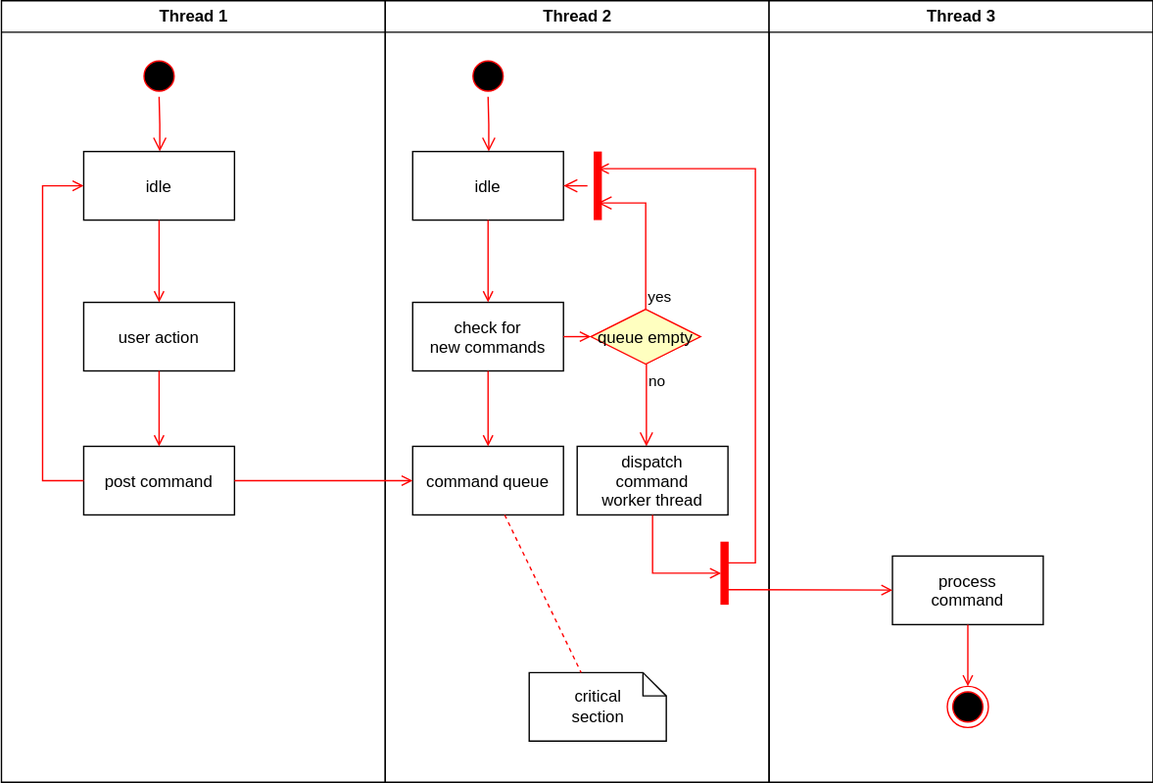
Before: cookie-uml-diagram.svg, a diagram exported from draw.io (yewscion/yewscion). Source tidied: cells renumbered, new cells last; positions are measured from the earlier drawing's top-left corner, leaving out a move shared by most shapes. Source of this version:
```xml
<mxGraphModel>
  <root>
    <mxCell id="0" />
    <mxCell id="1" parent="0" />
    <mxCell id="2" value="Thread 1" style="swimlane;whiteSpace=wrap;" parent="1" vertex="1">
      <mxGeometry x="0.5" width="280" height="570" as="geometry" />
    </mxCell>
    <mxCell id="3" style="ellipse;shape=startState;fillColor=#000000;strokeColor=#ff0000;" parent="2" vertex="1">
      <mxGeometry x="100" y="40" width="30" height="30" as="geometry" />
    </mxCell>
    <mxCell id="4" style="edgeStyle=elbowEdgeStyle;elbow=horizontal;verticalAlign=bottom;endArrow=open;endSize=8;strokeColor=#FF0000;endFill=1;rounded=0;" parent="2" edge="1" source="3" target="5">
      <mxGeometry x="100" y="40" as="geometry" />
    </mxCell>
    <mxCell id="5" value="idle" parent="2" vertex="1">
      <mxGeometry x="60" y="110" width="110" height="50" as="geometry" />
    </mxCell>
    <mxCell id="6" value="user action" parent="2" vertex="1">
      <mxGeometry x="60" y="220" width="110" height="50" as="geometry" />
    </mxCell>
    <mxCell id="7" style="endArrow=open;strokeColor=#FF0000;endFill=1;rounded=0;" parent="2" edge="1" source="5" target="6">
      <mxGeometry relative="1" as="geometry" />
    </mxCell>
    <mxCell id="8" value="post command" parent="2" vertex="1">
      <mxGeometry x="60" y="325" width="110" height="50" as="geometry" />
    </mxCell>
    <mxCell id="9" style="endArrow=open;strokeColor=#FF0000;endFill=1;rounded=0;" parent="2" edge="1" source="6" target="8">
      <mxGeometry relative="1" as="geometry" />
    </mxCell>
    <mxCell id="10" style="edgeStyle=elbowEdgeStyle;elbow=horizontal;strokeColor=#FF0000;endArrow=open;endFill=1;rounded=0;" parent="2" edge="1" source="8" target="5">
      <mxGeometry relative="1" as="geometry">
        <Array as="points">
          <mxPoint x="30" y="250" />
        </Array>
      </mxGeometry>
    </mxCell>
    <mxCell id="11" value="Thread 2" style="swimlane;whiteSpace=wrap;" parent="1" vertex="1">
      <mxGeometry x="280.5" width="280" height="570" as="geometry" />
    </mxCell>
    <mxCell id="12" style="ellipse;shape=startState;fillColor=#000000;strokeColor=#ff0000;" parent="11" vertex="1">
      <mxGeometry x="60" y="40" width="30" height="30" as="geometry" />
    </mxCell>
    <mxCell id="13" style="edgeStyle=elbowEdgeStyle;elbow=horizontal;verticalAlign=bottom;endArrow=open;endSize=8;strokeColor=#FF0000;endFill=1;rounded=0;" parent="11" edge="1" source="12" target="14">
      <mxGeometry x="40" y="20" as="geometry" />
    </mxCell>
    <mxCell id="14" value="idle" parent="11" vertex="1">
      <mxGeometry x="20" y="110" width="110" height="50" as="geometry" />
    </mxCell>
    <mxCell id="15" value="check for &#10;new commands" parent="11" vertex="1">
      <mxGeometry x="20" y="220" width="110" height="50" as="geometry" />
    </mxCell>
    <mxCell id="16" style="endArrow=open;strokeColor=#FF0000;endFill=1;rounded=0;" parent="11" edge="1" source="14" target="15">
      <mxGeometry relative="1" as="geometry" />
    </mxCell>
    <mxCell id="17" value="command queue" parent="11" vertex="1">
      <mxGeometry x="20" y="325" width="110" height="50" as="geometry" />
    </mxCell>
    <mxCell id="18" style="endArrow=open;strokeColor=#FF0000;endFill=1;rounded=0;" parent="11" edge="1" source="15" target="17">
      <mxGeometry relative="1" as="geometry" />
    </mxCell>
    <mxCell id="19" value="queue empty" style="rhombus;fillColor=#ffffc0;strokeColor=#ff0000;" parent="11" vertex="1">
      <mxGeometry x="150" y="225" width="80" height="40" as="geometry" />
    </mxCell>
    <mxCell id="20" value="yes" style="edgeStyle=elbowEdgeStyle;elbow=horizontal;align=left;verticalAlign=bottom;endArrow=open;endSize=8;strokeColor=#FF0000;exitX=0.5;exitY=0;endFill=1;rounded=0;entryX=0.75;entryY=0.5;entryPerimeter=0;" parent="11" edge="1" source="19" target="23">
      <mxGeometry x="-1" relative="1" as="geometry">
        <Array as="points">
          <mxPoint x="190" y="180" />
        </Array>
      </mxGeometry>
    </mxCell>
    <mxCell id="21" value="no" style="edgeStyle=elbowEdgeStyle;elbow=horizontal;align=left;verticalAlign=top;endArrow=open;endSize=8;strokeColor=#FF0000;endFill=1;rounded=0;" parent="11" edge="1" source="19" target="25">
      <mxGeometry x="-1" relative="1" as="geometry" />
    </mxCell>
    <mxCell id="22" style="endArrow=open;strokeColor=#FF0000;endFill=1;rounded=0;" parent="11" edge="1" source="15" target="19">
      <mxGeometry relative="1" as="geometry" />
    </mxCell>
    <mxCell id="23" style="shape=line;strokeWidth=6;strokeColor=#ff0000;rotation=90;" parent="11" vertex="1">
      <mxGeometry x="130" y="127.5" width="50" height="15" as="geometry" />
    </mxCell>
    <mxCell id="24" style="edgeStyle=elbowEdgeStyle;elbow=horizontal;verticalAlign=bottom;endArrow=open;endSize=8;strokeColor=#FF0000;endFill=1;rounded=0;" parent="11" edge="1" source="23" target="14">
      <mxGeometry x="130" y="90" as="geometry" />
    </mxCell>
    <mxCell id="25" value="dispatch&#10;command&#10;worker thread" parent="11" vertex="1">
      <mxGeometry x="140" y="325" width="110" height="50" as="geometry" />
    </mxCell>
    <mxCell id="26" value="critical&#10;section" style="shape=note;whiteSpace=wrap;size=17;" parent="11" vertex="1">
      <mxGeometry x="105" y="490" width="100" height="50" as="geometry" />
    </mxCell>
    <mxCell id="27" style="endArrow=none;strokeColor=#FF0000;endFill=0;rounded=0;dashed=1;" parent="11" edge="1" source="17" target="26">
      <mxGeometry relative="1" as="geometry" />
    </mxCell>
    <mxCell id="28" style="whiteSpace=wrap;strokeColor=#FF0000;fillColor=#FF0000;" parent="11" vertex="1">
      <mxGeometry x="245" y="395" width="5" height="45" as="geometry" />
    </mxCell>
    <mxCell id="29" style="edgeStyle=elbowEdgeStyle;elbow=horizontal;entryX=0;entryY=0.5;strokeColor=#FF0000;endArrow=open;endFill=1;rounded=0;" parent="11" edge="1" source="25" target="28">
      <mxGeometry relative="1" as="geometry">
        <Array as="points">
          <mxPoint x="195" y="400" />
        </Array>
      </mxGeometry>
    </mxCell>
    <mxCell id="30" value="Thread 3" style="swimlane;whiteSpace=wrap;" parent="1" vertex="1">
      <mxGeometry x="560.5" width="280" height="570" as="geometry" />
    </mxCell>
    <mxCell id="31" value="process&#10;command" parent="30" vertex="1">
      <mxGeometry x="90" y="405" width="110" height="50" as="geometry" />
    </mxCell>
    <mxCell id="32" style="edgeStyle=elbowEdgeStyle;elbow=horizontal;strokeColor=#FF0000;endArrow=open;endFill=1;rounded=0;entryX=0.25;entryY=0.5;entryPerimeter=0;" parent="30" edge="1" target="23">
      <mxGeometry relative="1" as="geometry">
        <mxPoint x="-30" y="410" as="sourcePoint" />
        <Array as="points">
          <mxPoint x="-10" y="135" />
        </Array>
      </mxGeometry>
    </mxCell>
    <mxCell id="33" style="edgeStyle=none;strokeColor=#FF0000;endArrow=open;endFill=1;rounded=0;" parent="30" edge="1" target="31">
      <mxGeometry relative="1" as="geometry">
        <mxPoint x="-30" y="429.5" as="sourcePoint" />
      </mxGeometry>
    </mxCell>
    <mxCell id="34" style="ellipse;shape=endState;fillColor=#000000;strokeColor=#ff0000;" parent="30" vertex="1">
      <mxGeometry x="130" y="500" width="30" height="30" as="geometry" />
    </mxCell>
    <mxCell id="35" style="endArrow=open;strokeColor=#FF0000;endFill=1;rounded=0;" parent="30" edge="1" source="31" target="34">
      <mxGeometry relative="1" as="geometry" />
    </mxCell>
    <mxCell id="36" style="endArrow=open;strokeColor=#FF0000;endFill=1;rounded=0;" parent="1" edge="1" source="8" target="17">
      <mxGeometry relative="1" as="geometry" />
    </mxCell>
  </root>
</mxGraphModel>
```
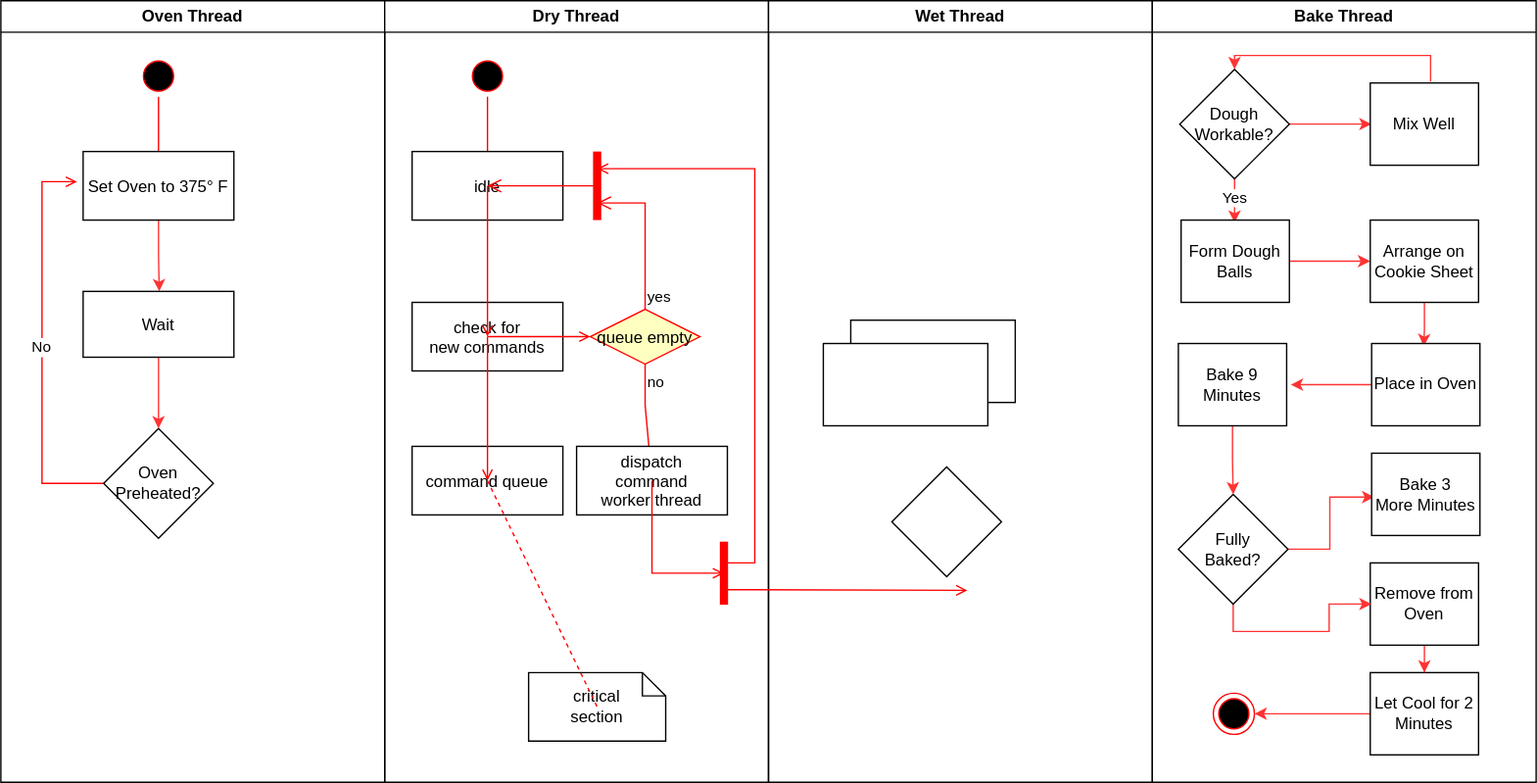
Above is the later version.

What changed in the source:
```diff
@@ -2,7 +2,7 @@
   <root>
     <mxCell id="0" />
     <mxCell id="1" parent="0" />
-    <mxCell id="2" value="Thread 1" style="swimlane;whiteSpace=wrap;" parent="1" vertex="1">
+    <mxCell id="2" value="Oven Thread" style="swimlane;whiteSpace=wrap;" parent="1" vertex="1">
       <mxGeometry x="0.5" width="280" height="570" as="geometry" />
     </mxCell>
     <mxCell id="3" style="ellipse;shape=startState;fillColor=#000000;strokeColor=#ff0000;" parent="2" vertex="1">
@@ -11,29 +11,30 @@
     <mxCell id="4" style="edgeStyle=elbowEdgeStyle;elbow=horizontal;verticalAlign=bottom;endArrow=open;endSize=8;strokeColor=#FF0000;endFill=1;rounded=0;" parent="2" edge="1" source="3" target="5">
       <mxGeometry x="100" y="40" as="geometry" />
     </mxCell>
+    <mxCell id="37" style="edgeStyle=orthogonalEdgeStyle;rounded=0;jettySize=auto;html=1;strokeColor=#FF3333;entryX=0.505;entryY=0;entryDx=0;entryDy=0;entryPerimeter=0;" parent="2" edge="1" source="5" target="40">
+      <mxGeometry relative="1" as="geometry" />
+    </mxCell>
-    <mxCell id="5" value="idle" parent="2" vertex="1">
+    <mxCell id="5" value="Set Oven to 375° F" parent="2" vertex="1">
       <mxGeometry x="60" y="110" width="110" height="50" as="geometry" />
     </mxCell>
-    <mxCell id="6" value="user action" parent="2" vertex="1">
-      <mxGeometry x="60" y="220" width="110" height="50" as="geometry" />
-    </mxCell>
-    <mxCell id="7" style="endArrow=open;strokeColor=#FF0000;endFill=1;rounded=0;" parent="2" edge="1" source="5" target="6">
-      <mxGeometry relative="1" as="geometry" />
-    </mxCell>
-    <mxCell id="8" value="post command" parent="2" vertex="1">
-      <mxGeometry x="60" y="325" width="110" height="50" as="geometry" />
-    </mxCell>
-    <mxCell id="9" style="endArrow=open;strokeColor=#FF0000;endFill=1;rounded=0;" parent="2" edge="1" source="6" target="8">
-      <mxGeometry relative="1" as="geometry" />
-    </mxCell>
-    <mxCell id="10" style="edgeStyle=elbowEdgeStyle;elbow=horizontal;strokeColor=#FF0000;endArrow=open;endFill=1;rounded=0;" parent="2" edge="1" source="8" target="5">
+    <mxCell id="10" value="No" style="edgeStyle=elbowEdgeStyle;elbow=horizontal;strokeColor=#FF0000;endArrow=open;endFill=1;rounded=0;exitX=0;exitY=0.5;exitDx=0;exitDy=0;" parent="2" edge="1" source="38">
       <mxGeometry relative="1" as="geometry">
+        <mxPoint x="55.5" y="132" as="targetPoint" />
         <Array as="points">
           <mxPoint x="30" y="250" />
         </Array>
       </mxGeometry>
     </mxCell>
+    <mxCell id="38" value="&lt;div&gt;Oven&lt;/div&gt;&lt;div&gt;Preheated?&lt;br&gt;&lt;/div&gt;" style="rhombus;whiteSpace=wrap;html=1;" parent="2" vertex="1">
+      <mxGeometry x="75" y="312" width="80" height="80" as="geometry" />
+    </mxCell>
+    <mxCell id="39" style="edgeStyle=orthogonalEdgeStyle;rounded=0;jettySize=auto;html=1;entryX=0.5;entryY=0;entryDx=0;entryDy=0;strokeColor=#FF3333;" parent="2" edge="1" source="40" target="38">
+      <mxGeometry relative="1" as="geometry" />
+    </mxCell>
+    <mxCell id="40" value="Wait" parent="2" vertex="1">
+      <mxGeometry x="60" y="212" width="110" height="48" as="geometry" />
+    </mxCell>
-    <mxCell id="11" value="Thread 2" style="swimlane;whiteSpace=wrap;" parent="1" vertex="1">
+    <mxCell id="11" value="Dry Thread" style="swimlane;whiteSpace=wrap;" parent="1" vertex="1">
       <mxGeometry x="280.5" width="280" height="570" as="geometry" />
     </mxCell>
     <mxCell id="12" style="ellipse;shape=startState;fillColor=#000000;strokeColor=#ff0000;" parent="11" vertex="1">
@@ -98,12 +99,9 @@
         </Array>
       </mxGeometry>
     </mxCell>
-    <mxCell id="30" value="Thread 3" style="swimlane;whiteSpace=wrap;" parent="1" vertex="1">
+    <mxCell id="30" value="Wet Thread" style="swimlane;whiteSpace=wrap;" parent="1" vertex="1">
       <mxGeometry x="560.5" width="280" height="570" as="geometry" />
     </mxCell>
-    <mxCell id="31" value="process&#10;command" parent="30" vertex="1">
-      <mxGeometry x="90" y="405" width="110" height="50" as="geometry" />
-    </mxCell>
     <mxCell id="32" style="edgeStyle=elbowEdgeStyle;elbow=horizontal;strokeColor=#FF0000;endArrow=open;endFill=1;rounded=0;entryX=0.25;entryY=0.5;entryPerimeter=0;" parent="30" edge="1" target="23">
       <mxGeometry relative="1" as="geometry">
         <mxPoint x="-30" y="410" as="sourcePoint" />
@@ -112,19 +110,91 @@
         </Array>
       </mxGeometry>
     </mxCell>
-    <mxCell id="33" style="edgeStyle=none;strokeColor=#FF0000;endArrow=open;endFill=1;rounded=0;" parent="30" edge="1" target="31">
+    <mxCell id="33" style="edgeStyle=none;strokeColor=#FF0000;endArrow=open;endFill=1;rounded=0;" parent="30" edge="1">
       <mxGeometry relative="1" as="geometry">
         <mxPoint x="-30" y="429.5" as="sourcePoint" />
+        <mxPoint x="145" y="430" as="targetPoint" />
       </mxGeometry>
     </mxCell>
-    <mxCell id="34" style="ellipse;shape=endState;fillColor=#000000;strokeColor=#ff0000;" parent="30" vertex="1">
-      <mxGeometry x="130" y="500" width="30" height="30" as="geometry" />
-    </mxCell>
-    <mxCell id="35" style="endArrow=open;strokeColor=#FF0000;endFill=1;rounded=0;" parent="30" edge="1" source="31" target="34">
-      <mxGeometry relative="1" as="geometry" />
-    </mxCell>
-    <mxCell id="36" style="endArrow=open;strokeColor=#FF0000;endFill=1;rounded=0;" parent="1" edge="1" source="8" target="17">
-      <mxGeometry relative="1" as="geometry" />
-    </mxCell>
+    <mxCell id="41" style="rounded=0;whiteSpace=wrap;html=1;" parent="30" vertex="1">
+      <mxGeometry x="60" y="233" width="120" height="60" as="geometry" />
+    </mxCell>
+    <mxCell id="42" style="rounded=0;whiteSpace=wrap;html=1;" parent="30" vertex="1">
+      <mxGeometry x="40" y="250" width="120" height="60" as="geometry" />
+    </mxCell>
+    <mxCell id="43" style="rhombus;whiteSpace=wrap;html=1;" parent="30" vertex="1">
+      <mxGeometry x="90" y="340" width="80" height="80" as="geometry" />
+    </mxCell>
+    <mxCell id="44" value="Bake Thread" style="swimlane;whiteSpace=wrap;" parent="1" vertex="1">
+      <mxGeometry x="840.5" width="280" height="570" as="geometry" />
+    </mxCell>
+    <mxCell id="45" style="ellipse;shape=endState;fillColor=#000000;strokeColor=#ff0000;" parent="44" vertex="1">
+      <mxGeometry x="44.5" y="505" width="30" height="30" as="geometry" />
+    </mxCell>
+    <mxCell id="46" style="edgeStyle=orthogonalEdgeStyle;rounded=0;jettySize=auto;html=1;strokeColor=#FF3333;" parent="44" edge="1" source="48">
+      <mxGeometry relative="1" as="geometry">
+        <mxPoint x="160" y="90" as="targetPoint" />
+      </mxGeometry>
+    </mxCell>
+    <mxCell id="47" value="&lt;div&gt;Yes&lt;/div&gt;" style="edgeStyle=orthogonalEdgeStyle;rounded=0;jettySize=auto;html=1;entryX=0.494;entryY=0.033;entryDx=0;entryDy=0;entryPerimeter=0;strokeColor=#FF3333;" parent="44" edge="1" source="48" target="52">
+      <mxGeometry relative="1" as="geometry" />
+    </mxCell>
+    <mxCell id="48" value="&lt;div&gt;Dough&lt;/div&gt;&lt;div&gt;Workable?&lt;br&gt;&lt;/div&gt;" style="rhombus;whiteSpace=wrap;html=1;" parent="44" vertex="1">
+      <mxGeometry x="20" y="50" width="80" height="80" as="geometry" />
+    </mxCell>
+    <mxCell id="49" style="edgeStyle=orthogonalEdgeStyle;rounded=0;jettySize=auto;html=1;entryX=0.5;entryY=0;entryDx=0;entryDy=0;strokeColor=#FF3333;exitX=0.557;exitY=-0.017;exitDx=0;exitDy=0;exitPerimeter=0;" parent="44" edge="1" source="50" target="48">
+      <mxGeometry relative="1" as="geometry" />
+    </mxCell>
+    <mxCell id="50" value="Mix Well" style="rounded=0;whiteSpace=wrap;html=1;" parent="44" vertex="1">
+      <mxGeometry x="159" y="60" width="79" height="60" as="geometry" />
+    </mxCell>
+    <mxCell id="51" style="edgeStyle=orthogonalEdgeStyle;rounded=0;jettySize=auto;html=1;entryX=0;entryY=0.5;entryDx=0;entryDy=0;entryPerimeter=0;strokeColor=#FF3333;" parent="44" edge="1" source="52" target="64">
+      <mxGeometry relative="1" as="geometry" />
+    </mxCell>
+    <mxCell id="52" value="&lt;div&gt;Form Dough Balls&lt;/div&gt;" style="rounded=0;whiteSpace=wrap;html=1;fontStyle=0;" parent="44" vertex="1">
+      <mxGeometry x="21" y="160" width="79" height="60" as="geometry" />
+    </mxCell>
+    <mxCell id="53" style="edgeStyle=orthogonalEdgeStyle;rounded=0;jettySize=auto;html=1;entryX=1;entryY=0.5;entryDx=0;entryDy=0;strokeColor=#FF3333;" parent="44" edge="1" source="54" target="45">
+      <mxGeometry relative="1" as="geometry" />
+    </mxCell>
+    <mxCell id="54" value="&lt;div&gt;Let Cool for 2 Minutes&lt;/div&gt;" style="rounded=0;whiteSpace=wrap;html=1;fontStyle=0;" parent="44" vertex="1">
+      <mxGeometry x="159" y="490" width="79" height="60" as="geometry" />
+    </mxCell>
+    <mxCell id="55" style="edgeStyle=orthogonalEdgeStyle;rounded=0;jettySize=auto;html=1;entryX=0.5;entryY=0;entryDx=0;entryDy=0;entryPerimeter=0;strokeColor=#FF3333;" parent="44" edge="1" source="56" target="54">
+      <mxGeometry relative="1" as="geometry" />
+    </mxCell>
+    <mxCell id="56" value="&lt;div&gt;Remove from Oven&lt;/div&gt;" style="rounded=0;whiteSpace=wrap;html=1;fontStyle=0;" parent="44" vertex="1">
+      <mxGeometry x="159" y="410" width="79" height="60" as="geometry" />
+    </mxCell>
+    <mxCell id="57" style="edgeStyle=orthogonalEdgeStyle;rounded=0;jettySize=auto;html=1;entryX=0.025;entryY=0.533;entryDx=0;entryDy=0;entryPerimeter=0;strokeColor=#FF3333;" parent="44" edge="1" source="59" target="60">
+      <mxGeometry relative="1" as="geometry" />
+    </mxCell>
+    <mxCell id="58" style="edgeStyle=orthogonalEdgeStyle;rounded=0;jettySize=auto;html=1;entryX=0.013;entryY=0.5;entryDx=0;entryDy=0;entryPerimeter=0;strokeColor=#FF3333;exitX=0.5;exitY=1;exitDx=0;exitDy=0;" parent="44" edge="1" source="59" target="56">
+      <mxGeometry relative="1" as="geometry" />
+    </mxCell>
+    <mxCell id="59" value="&lt;div&gt;Fully &lt;br&gt;&lt;/div&gt;&lt;div&gt;Baked?&lt;/div&gt;" style="rhombus;whiteSpace=wrap;html=1;" parent="44" vertex="1">
+      <mxGeometry x="19" y="360" width="80" height="80" as="geometry" />
+    </mxCell>
+    <mxCell id="60" value="&lt;div&gt;Bake 3 &lt;br&gt;&lt;/div&gt;&lt;div&gt;More Minutes&lt;/div&gt;" style="rounded=0;whiteSpace=wrap;html=1;fontStyle=0;" parent="44" vertex="1">
+      <mxGeometry x="160" y="330" width="79" height="60" as="geometry" />
+    </mxCell>
+    <mxCell id="61" style="edgeStyle=orthogonalEdgeStyle;rounded=0;jettySize=auto;html=1;entryX=0.5;entryY=0;entryDx=0;entryDy=0;strokeColor=#FF3333;" parent="44" edge="1" source="62" target="59">
+      <mxGeometry relative="1" as="geometry" />
+    </mxCell>
+    <mxCell id="62" value="Bake 9 Minutes" style="rounded=0;whiteSpace=wrap;html=1;fontStyle=0;" parent="44" vertex="1">
+      <mxGeometry x="19" y="250" width="79" height="60" as="geometry" />
+    </mxCell>
+    <mxCell id="63" style="edgeStyle=orthogonalEdgeStyle;rounded=0;jettySize=auto;html=1;entryX=0.481;entryY=0.033;entryDx=0;entryDy=0;entryPerimeter=0;strokeColor=#FF3333;" parent="44" edge="1" source="64" target="66">
+      <mxGeometry relative="1" as="geometry" />
+    </mxCell>
+    <mxCell id="64" value="&lt;div&gt;Arrange on&lt;/div&gt;&lt;div&gt;Cookie Sheet&lt;br&gt;&lt;/div&gt;" style="rounded=0;whiteSpace=wrap;html=1;" parent="44" vertex="1">
+      <mxGeometry x="159" y="160" width="79" height="60" as="geometry" />
+    </mxCell>
+    <mxCell id="65" style="edgeStyle=orthogonalEdgeStyle;rounded=0;jettySize=auto;html=1;entryX=1.038;entryY=0.5;entryDx=0;entryDy=0;entryPerimeter=0;strokeColor=#FF3333;" parent="44" edge="1" source="66" target="62">
+      <mxGeometry relative="1" as="geometry" />
+    </mxCell>
+    <mxCell id="66" value="Place in Oven" style="rounded=0;whiteSpace=wrap;html=1;" parent="44" vertex="1">
+      <mxGeometry x="160" y="250" width="79" height="60" as="geometry" />
+    </mxCell>
   </root>
 </mxGraphModel>
```
